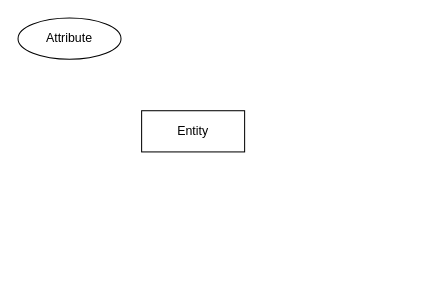
Above: Database.drawio in NopXx/bus_ticket (draw.io), before the change. Source tidied: cells renumbered, new cells numbered last; positions are measured from the earlier drawing's top-left corner, leaving out a move shared by most shapes. Both pictures are drawn from the tidied source at 103%, with x=0, y=0 at pixel (18, 18).
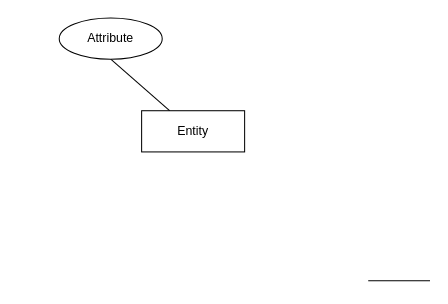
Above is the later version.

Change to the diagram source:
```diff
@@
 <mxGraphModel>
   <root>
     <mxCell id="0" />
     <mxCell id="1" parent="0" />
     <mxCell id="2" value="Entity" style="whiteSpace=wrap;html=1;align=center;" parent="1" vertex="1">
       <mxGeometry x="120" y="90" width="100" height="40" as="geometry" />
     </mxCell>
+    <mxCell id="4" style="edgeStyle=none;rounded=0;jettySize=auto;html=1;exitX=0.5;exitY=1;exitDx=0;exitDy=0;endArrow=none;endFill=0;" parent="1" edge="1" source="3" target="2">
+      <mxGeometry relative="1" as="geometry" />
+    </mxCell>
     <mxCell id="3" value="Attribute" style="ellipse;whiteSpace=wrap;html=1;align=center;" parent="1" vertex="1">
-      <mxGeometry width="100" height="40" as="geometry" />
+      <mxGeometry x="40" width="100" height="40" as="geometry" />
     </mxCell>
+    <mxCell id="5" style="line;strokeWidth=1;dashed=0;labelPosition=right;align=left;verticalAlign=middle;spacingTop=0;spacingLeft=6;" parent="1" vertex="1">
+      <mxGeometry x="340" y="250" width="60" height="10" as="geometry" />
+    </mxCell>
   </root>
 </mxGraphModel>
```
